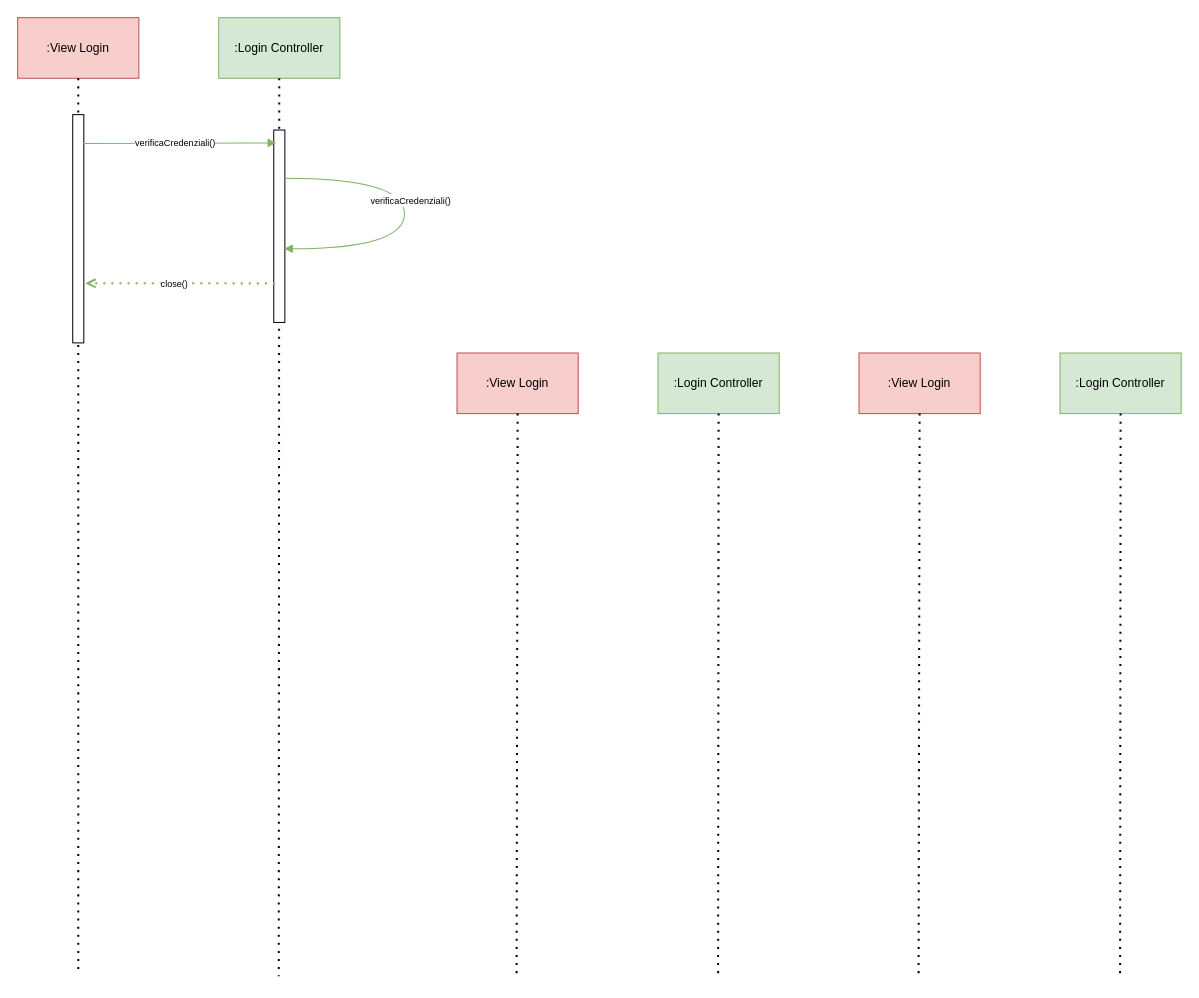
The draw.io diagram Diagrammi_Package/Interazione/Login.drawio in JosephBoom02/Progetto_Ingegneria_del_Software, before the edit. Source tidied: cells renumbered, new cells numbered last; positions are measured from the earlier drawing's top-left corner, leaving out a move shared by most shapes. Both pictures are drawn from the tidied source at 101%, with x=0, y=0 at pixel (-36, 17).
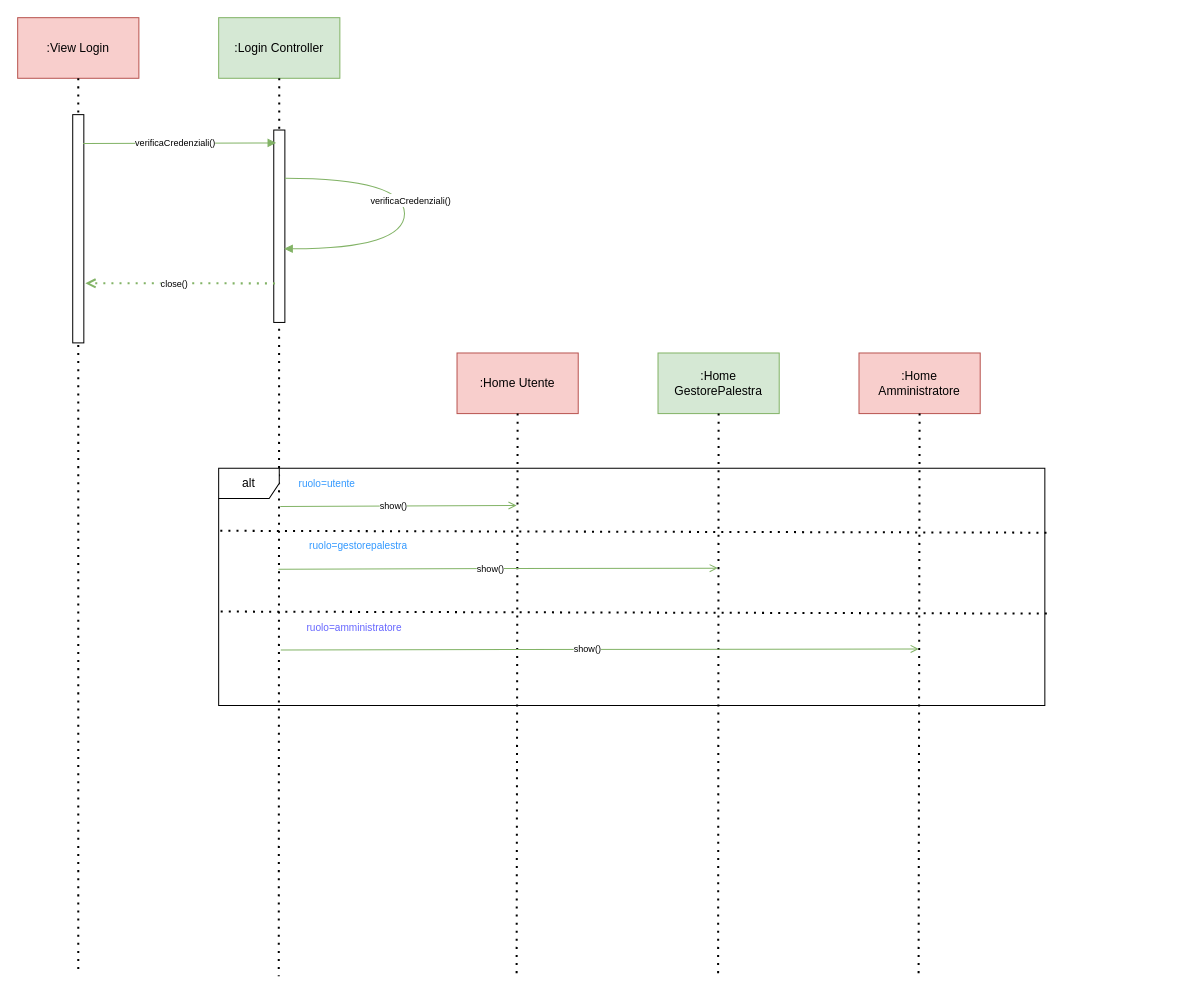
After the change.

The edit, as a diff of the source:
```diff
@@
-    <mxCell id="14" value=":View Login" style="rounded=0;whiteSpace=wrap;html=1;fillColor=#f8cecc;strokeColor=#b85450;" parent="1" vertex="1">
+    <mxCell id="14" value=":Home Utente" style="rounded=0;whiteSpace=wrap;html=1;fillColor=#f8cecc;strokeColor=#b85450;" parent="1" vertex="1">
       <mxGeometry x="488" y="332" width="120" height="60" as="geometry" />
     </mxCell>
-    <mxCell id="15" value=":Login Controller" style="rounded=0;whiteSpace=wrap;html=1;fillColor=#d5e8d4;strokeColor=#82b366;" parent="1" vertex="1">
+    <mxCell id="15" value="&lt;div&gt;:Home&lt;/div&gt;&lt;div&gt;GestorePalestra&lt;br&gt;&lt;/div&gt;" style="rounded=0;whiteSpace=wrap;html=1;fillColor=#d5e8d4;strokeColor=#82b366;" parent="1" vertex="1">
       <mxGeometry x="687" y="332" width="120" height="60" as="geometry" />
     </mxCell>
@@
-    <mxCell id="18" value=":View Login" style="rounded=0;whiteSpace=wrap;html=1;fillColor=#f8cecc;strokeColor=#b85450;" parent="1" vertex="1">
+    <mxCell id="18" value=":Home Amministratore" style="rounded=0;whiteSpace=wrap;html=1;fillColor=#f8cecc;strokeColor=#b85450;" parent="1" vertex="1">
       <mxGeometry x="886" y="332" width="120" height="60" as="geometry" />
     </mxCell>
-    <mxCell id="19" value=":Login Controller" style="rounded=0;whiteSpace=wrap;html=1;fillColor=#d5e8d4;strokeColor=#82b366;" parent="1" vertex="1">
-      <mxGeometry x="1085" y="332" width="120" height="60" as="geometry" />
-    </mxCell>
@@
-    <mxCell id="21" style="endArrow=none;dashed=1;html=1;dashPattern=1 3;strokeWidth=2;rounded=0;exitX=0.5;exitY=1;exitDx=0;exitDy=0;" parent="1" edge="1" source="19">
-      <mxGeometry relative="1" as="geometry">
-        <mxPoint x="1144.5" y="951" as="targetPoint" />
-      </mxGeometry>
-    </mxCell>
+    <mxCell id="22" value="alt" style="shape=umlFrame;whiteSpace=wrap;html=1;" parent="1" vertex="1">
+      <mxGeometry x="252" y="446" width="818" height="235" as="geometry" />
+    </mxCell>
+    <mxCell id="23" style="endArrow=open;startArrow=none;html=1;rounded=0;startFill=0;endFill=0;fillColor=#d5e8d4;strokeColor=#82b366;" parent="1" edge="1">
+      <mxGeometry relative="1" as="geometry">
+        <mxPoint x="313" y="484" as="sourcePoint" />
+        <mxPoint x="547" y="483" as="targetPoint" />
+      </mxGeometry>
+    </mxCell>
+    <mxCell id="24" value="&lt;font style=&quot;font-size: 9px;&quot;&gt;show()&lt;/font&gt;" style="edgeLabel;html=1;align=center;verticalAlign=middle;" parent="23" vertex="1">
+      <mxGeometry x="-0.04" y="1" relative="1" as="geometry" />
+    </mxCell>
+    <mxCell id="25" style="endArrow=none;dashed=1;html=1;dashPattern=1 3;strokeWidth=2;rounded=0;exitX=0.002;exitY=0.264;exitDx=0;exitDy=0;exitPerimeter=0;entryX=1.003;entryY=0.272;entryDx=0;entryDy=0;entryPerimeter=0;" parent="1" edge="1" source="22" target="22">
+      <mxGeometry relative="1" as="geometry" />
+    </mxCell>
+    <mxCell id="26" value="&lt;font color=&quot;#3399ff&quot; style=&quot;font-size: 10px;&quot;&gt;ruolo=utente&lt;/font&gt;" style="text;html=1;align=center;verticalAlign=middle;strokeColor=none;fillColor=none;" parent="1" vertex="1">
+      <mxGeometry x="311.2" y="446" width="96" height="29" as="geometry" />
+    </mxCell>
+    <mxCell id="27" style="endArrow=none;dashed=1;html=1;dashPattern=1 3;strokeWidth=2;rounded=0;exitX=0.002;exitY=0.264;exitDx=0;exitDy=0;exitPerimeter=0;entryX=1.003;entryY=0.272;entryDx=0;entryDy=0;entryPerimeter=0;" parent="1" edge="1">
+      <mxGeometry relative="1" as="geometry">
+        <mxPoint x="254" y="588" as="sourcePoint" />
+        <mxPoint x="1072" y="590" as="targetPoint" />
+      </mxGeometry>
+    </mxCell>
+    <mxCell id="28" style="endArrow=open;startArrow=none;html=1;rounded=0;startFill=0;endFill=0;fillColor=#d5e8d4;strokeColor=#82b366;" parent="1" edge="1">
+      <mxGeometry relative="1" as="geometry">
+        <mxPoint x="311.2" y="546" as="sourcePoint" />
+        <mxPoint x="746.2" y="545" as="targetPoint" />
+      </mxGeometry>
+    </mxCell>
+    <mxCell id="29" value="&lt;font style=&quot;font-size: 9px;&quot;&gt;show()&lt;/font&gt;" style="edgeLabel;html=1;align=center;verticalAlign=middle;" parent="28" vertex="1">
+      <mxGeometry x="-0.04" y="1" relative="1" as="geometry" />
+    </mxCell>
+    <mxCell id="30" value="&lt;font color=&quot;#3399ff&quot; style=&quot;font-size: 10px;&quot;&gt;ruolo=gestorepalestra&lt;br&gt;&lt;/font&gt;" style="text;html=1;align=center;verticalAlign=middle;strokeColor=none;fillColor=none;" parent="1" vertex="1">
+      <mxGeometry x="313.5" y="508" width="153" height="29" as="geometry" />
+    </mxCell>
+    <mxCell id="31" style="endArrow=open;startArrow=none;html=1;rounded=0;startFill=0;endFill=0;fillColor=#d5e8d4;strokeColor=#82b366;" parent="1" edge="1">
+      <mxGeometry relative="1" as="geometry">
+        <mxPoint x="313.5" y="626" as="sourcePoint" />
+        <mxPoint x="945.2" y="625" as="targetPoint" />
+      </mxGeometry>
+    </mxCell>
+    <mxCell id="32" value="&lt;font style=&quot;font-size: 9px;&quot;&gt;show()&lt;/font&gt;" style="edgeLabel;html=1;align=center;verticalAlign=middle;" parent="31" vertex="1">
+      <mxGeometry x="-0.04" y="1" relative="1" as="geometry" />
+    </mxCell>
+    <mxCell id="33" value="&lt;font color=&quot;#6666ff&quot; style=&quot;font-size: 10px;&quot;&gt;ruolo=amministratore&lt;/font&gt;" style="text;html=1;align=center;verticalAlign=middle;strokeColor=none;fillColor=none;" parent="1" vertex="1">
+      <mxGeometry x="311.2" y="589" width="149" height="29" as="geometry" />
+    </mxCell>
```
